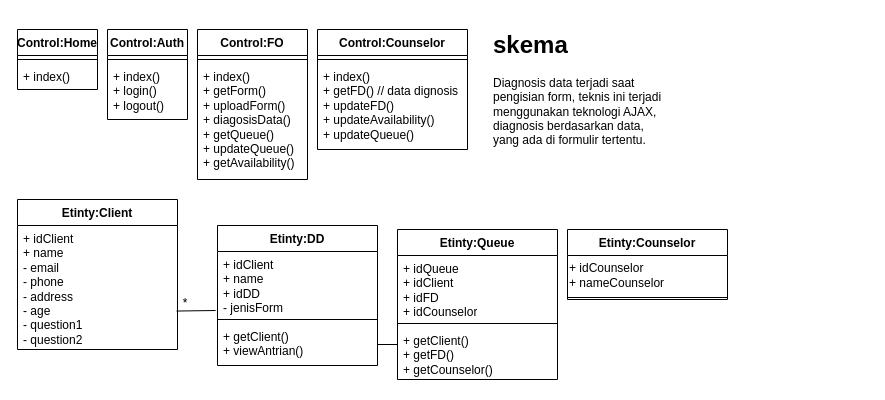
The draw.io diagram Mini-Proj/Class-Diagram-MN.drawio in mahesri/uml_ads_sms3, before the edit. Source tidied: cells renumbered, new cells numbered last; positions are measured from the earlier drawing's top-left corner, leaving out a move shared by most shapes. Both pictures are drawn from the tidied source at 100%, with x=0, y=0 at pixel (17, 24).
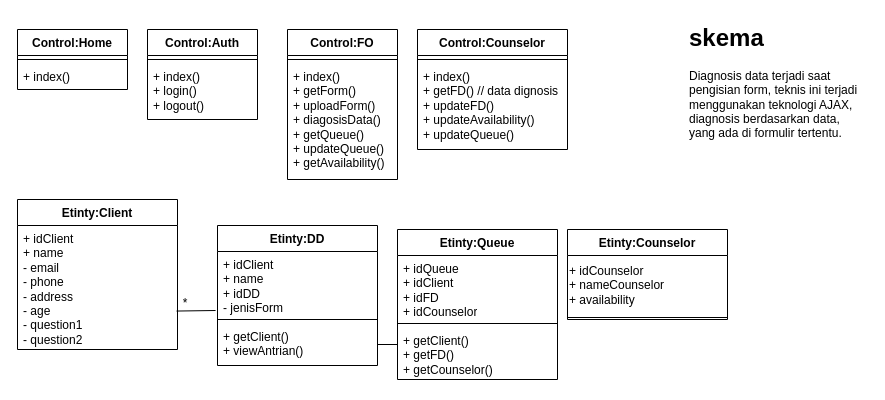
The same diagram, later.

What changed in the source:
```diff
@@
     <mxCell id="8" value="Control:FO" style="swimlane;fontStyle=1;align=center;verticalAlign=top;horizontal=1;startSize=26;whiteSpace=wrap;html=1;" parent="1" vertex="1">
-      <mxGeometry x="180" y="5" width="110" height="150" as="geometry" />
+      <mxGeometry x="270" y="5" width="110" height="150" as="geometry" />
     </mxCell>
@@
     <mxCell id="15" value="Etinty:Counselor" style="swimlane;fontStyle=1;align=center;verticalAlign=top;horizontal=1;startSize=26;whiteSpace=wrap;html=1;" parent="1" vertex="1">
-      <mxGeometry x="550" y="205" width="160" height="70" as="geometry" />
+      <mxGeometry x="550" y="205" width="160" height="90" as="geometry" />
     </mxCell>
-    <mxCell id="16" value="+ idCounselor&lt;div&gt;+ nameCounselor&lt;/div&gt;" style="text;html=1;align=left;verticalAlign=middle;strokeColor=none;fillColor=none;" parent="15" vertex="1">
-      <mxGeometry y="26" width="160" height="40" as="geometry" />
+    <mxCell id="16" value="+ idCounselor&lt;div&gt;+ nameCounselor&lt;/div&gt;&lt;div&gt;+ availability&lt;/div&gt;" style="text;html=1;align=left;verticalAlign=middle;strokeColor=none;fillColor=none;" parent="15" vertex="1">
+      <mxGeometry y="26" width="160" height="60" as="geometry" />
     </mxCell>
     <mxCell id="17" style="line;strokeWidth=1;fillColor=none;align=left;verticalAlign=middle;spacingTop=-1;spacingLeft=3;spacingRight=3;labelPosition=right;strokeColor=inherit;" parent="15" vertex="1">
-      <mxGeometry y="66" width="160" height="4" as="geometry" />
+      <mxGeometry y="86" width="160" height="4" as="geometry" />
     </mxCell>
@@
     <mxCell id="19" value="Control:Auth" style="swimlane;fontStyle=1;align=center;verticalAlign=top;horizontal=1;startSize=26;whiteSpace=wrap;html=1;" parent="1" vertex="1">
-      <mxGeometry x="90" y="5" width="80" height="90" as="geometry" />
+      <mxGeometry x="130" y="5" width="110" height="90" as="geometry" />
     </mxCell>
     <mxCell id="20" style="line;strokeWidth=1;fillColor=none;align=left;verticalAlign=middle;spacingTop=-1;spacingLeft=3;spacingRight=3;labelPosition=right;strokeColor=inherit;" parent="19" vertex="1">
-      <mxGeometry y="26" width="80" height="8" as="geometry" />
+      <mxGeometry y="26" width="110" height="8" as="geometry" />
     </mxCell>
     <mxCell id="21" value="+ index()&lt;div&gt;+ login()&lt;br&gt;&lt;div&gt;+ logout()&lt;/div&gt;&lt;/div&gt;" style="text;strokeColor=none;fillColor=none;align=left;verticalAlign=top;spacingLeft=4;spacingRight=4;overflow=hidden;whiteSpace=wrap;html=1;" parent="19" vertex="1">
-      <mxGeometry y="34" width="80" height="56" as="geometry" />
+      <mxGeometry y="34" width="110" height="56" as="geometry" />
     </mxCell>
     <mxCell id="22" value="Control:Counselor" style="swimlane;fontStyle=1;align=center;verticalAlign=top;horizontal=1;startSize=26;whiteSpace=wrap;html=1;" parent="1" vertex="1">
-      <mxGeometry x="300" y="5" width="150" height="120" as="geometry" />
+      <mxGeometry x="400" y="5" width="150" height="120" as="geometry" />
     </mxCell>
@@
     <mxCell id="25" value="Control:Home" style="swimlane;fontStyle=1;align=center;verticalAlign=top;horizontal=1;startSize=26;whiteSpace=wrap;html=1;" parent="1" vertex="1">
-      <mxGeometry y="5" width="80" height="60" as="geometry" />
+      <mxGeometry y="5" width="110" height="60" as="geometry" />
     </mxCell>
     <mxCell id="26" style="line;strokeWidth=1;fillColor=none;align=left;verticalAlign=middle;spacingTop=-1;spacingLeft=3;spacingRight=3;labelPosition=right;strokeColor=inherit;" parent="25" vertex="1">
-      <mxGeometry y="26" width="80" height="8" as="geometry" />
+      <mxGeometry y="26" width="110" height="8" as="geometry" />
     </mxCell>
     <mxCell id="27" value="+ index()" style="text;strokeColor=none;fillColor=none;align=left;verticalAlign=top;spacingLeft=4;spacingRight=4;overflow=hidden;whiteSpace=wrap;html=1;" parent="25" vertex="1">
-      <mxGeometry y="34" width="80" height="26" as="geometry" />
+      <mxGeometry y="34" width="110" height="26" as="geometry" />
     </mxCell>
     <mxCell id="28" value="&lt;h1 style=&quot;margin-top: 0px;&quot;&gt;&lt;font&gt;skema&lt;/font&gt;&lt;/h1&gt;&lt;div&gt;&lt;font&gt;Diagnosis data terjadi saat pengisian form, teknis ini terjadi&lt;/font&gt;&lt;/div&gt;&lt;div&gt;&lt;font&gt;menggunakan teknologi AJAX,&amp;nbsp;&lt;/font&gt;&lt;/div&gt;&lt;div&gt;&lt;font&gt;diagnosis berdasarkan data, yang ada di formulir tertentu.&lt;/font&gt;&lt;/div&gt;" style="text;html=1;whiteSpace=wrap;overflow=hidden;rounded=0;" parent="1" vertex="1">
-      <mxGeometry x="474" width="180" height="145" as="geometry" />
+      <mxGeometry x="670" y="-7.5" width="180" height="145" as="geometry" />
     </mxCell>
```
